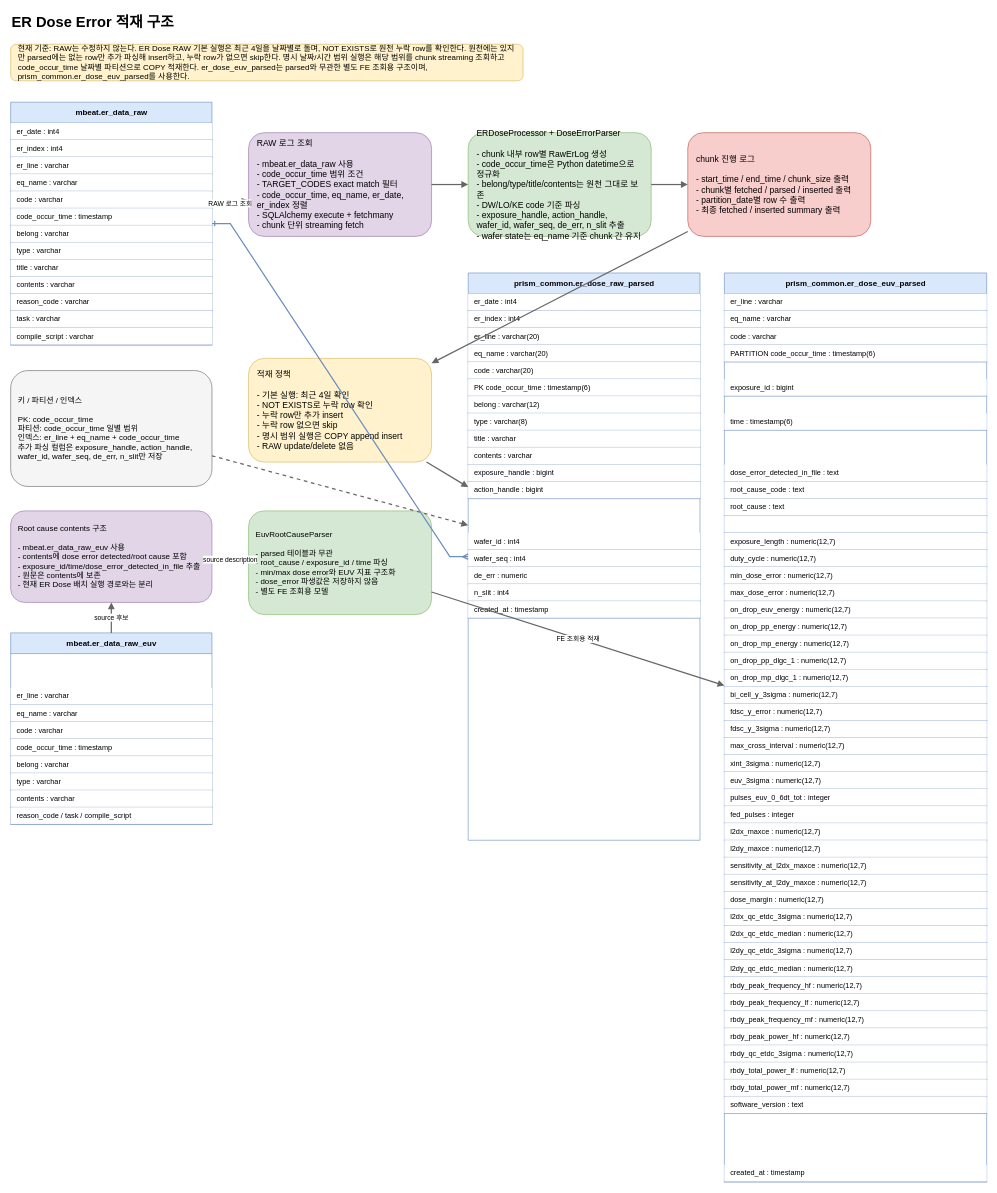
junho0831/PythonStudy keeps this draw.io diagram as docs/er_dose_flow.drawio. Above is the earlier version. Source tidied: cells renumbered, new cells numbered last; positions are measured from the earlier drawing's top-left corner, leaving out a move shared by most shapes. Both pictures are drawn from the tidied source at 61%, with x=0, y=0 at pixel (10, 10).
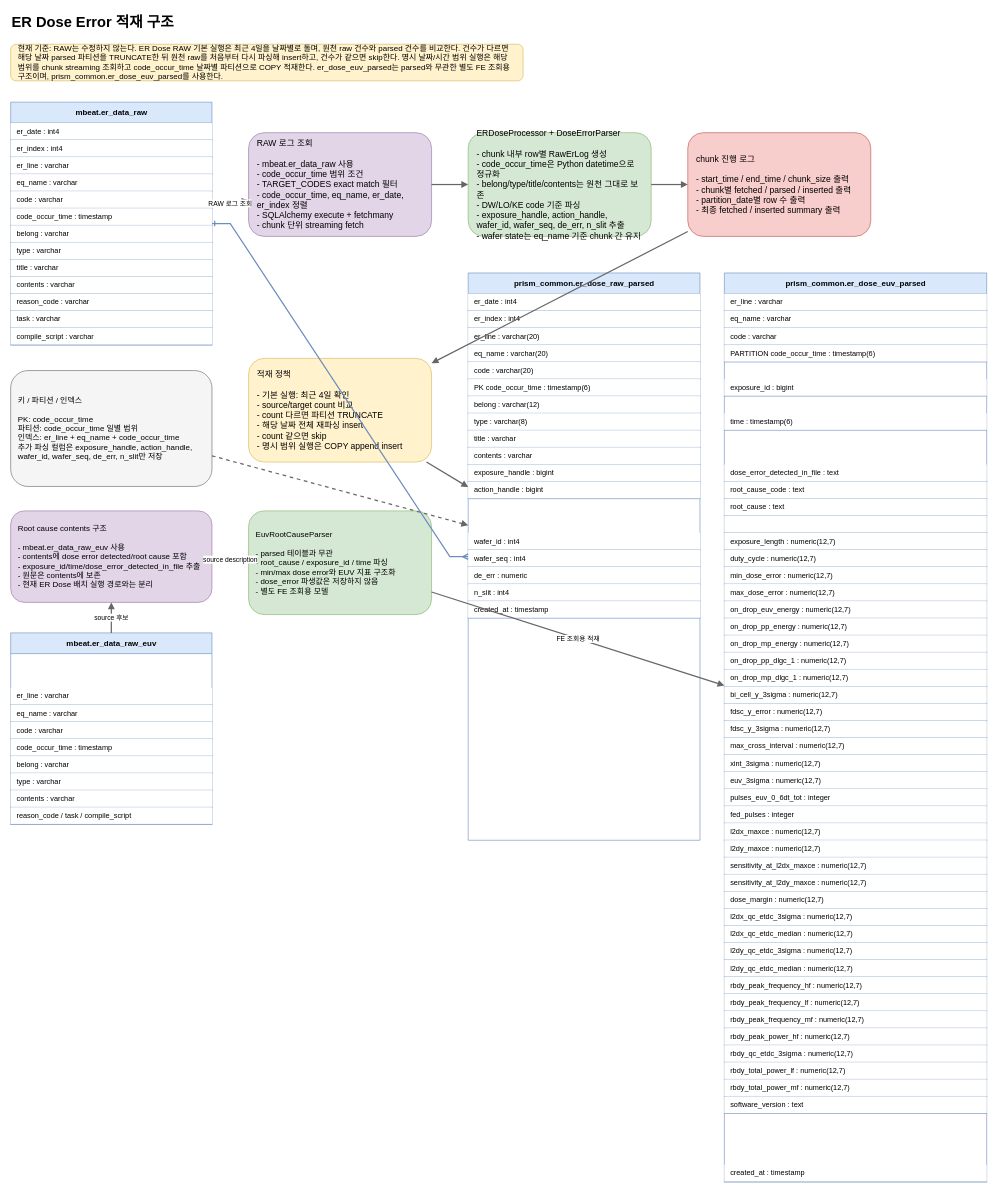
The same diagram, later.

Commit message (it also covers changes not shown here):
ER Dose RAW 재적재 문서 갱신

Diff of the diagram source:
```diff
@@
-    <mxCell id="3" value="현재 기준: RAW는 수정하지 않는다. ER Dose RAW 기본 실행은 최근 4일을 날짜별로 돌며, NOT EXISTS로 원천 누락 row를 확인한다. 원천에는 있지만 parsed에는 없는 row만 추가 파싱해 insert하고, 누락 row가 없으면 skip한다. 명시 날짜/시간 범위 실행은 해당 범위를 chunk streaming 조회하고 code_occur_time 날짜별 파티션으로 COPY 적재한다. er_dose_euv_parsed는 parsed와 무관한 별도 FE 조회용 구조이며, prism_common.er_dose_euv_parsed를 사용한다." style="rounded=1;whiteSpace=wrap;html=1;fillColor=#fff2cc;strokeColor=#d6b656;fontSize=13;align=left;spacing=12;" parent="1" vertex="1">
+    <mxCell id="3" value="현재 기준: RAW는 수정하지 않는다. ER Dose RAW 기본 실행은 최근 4일을 날짜별로 돌며, 원천 raw 건수와 parsed 건수를 비교한다. 건수가 다르면 해당 날짜 parsed 파티션을 TRUNCATE한 뒤 원천 raw를 처음부터 다시 파싱해 insert하고, 건수가 같으면 skip한다. 명시 날짜/시간 범위 실행은 해당 범위를 chunk streaming 조회하고 code_occur_time 날짜별 파티션으로 COPY 적재한다. er_dose_euv_parsed는 parsed와 무관한 별도 FE 조회용 구조이며, prism_common.er_dose_euv_parsed를 사용한다." style="rounded=1;whiteSpace=wrap;html=1;fillColor=#fff2cc;strokeColor=#d6b656;fontSize=13;align=left;spacing=12;" parent="1" vertex="1">
       <mxGeometry y="55" width="840" height="60" as="geometry" />
     </mxCell>
@@
-    <mxCell id="21" value="적재 정책&#10;&#10;- 기본 실행: 최근 4일 확인&#10;- NOT EXISTS로 누락 row 확인&#10;- 누락 row만 추가 insert&#10;- 누락 row 없으면 skip&#10;- 명시 범위 실행은 COPY append insert&#10;- RAW update/delete 없음" style="rounded=1;whiteSpace=wrap;html=1;fillColor=#fff2cc;strokeColor=#d6b656;fontSize=14;align=left;spacing=14;" parent="1" vertex="1">
+    <mxCell id="21" value="적재 정책&#10;&#10;- 기본 실행: 최근 4일 확인&#10;- source/target count 비교&#10;- count 다르면 파티션 TRUNCATE&#10;- 해당 날짜 전체 재파싱 insert&#10;- count 같으면 skip&#10;- 명시 범위 실행은 COPY append insert" style="rounded=1;whiteSpace=wrap;html=1;fillColor=#fff2cc;strokeColor=#d6b656;fontSize=14;align=left;spacing=14;" parent="1" vertex="1">
       <mxGeometry x="390" y="570" width="300" height="170" as="geometry" />
     </mxCell>
```
